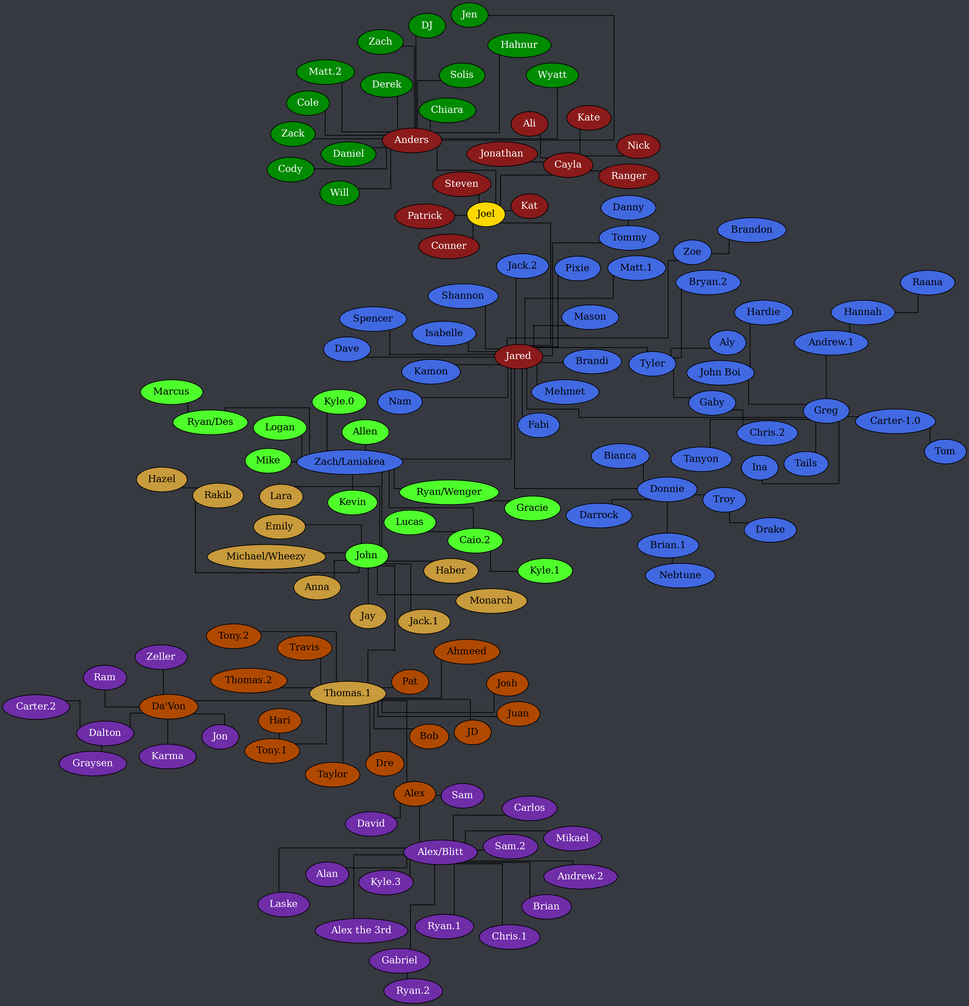
Before: tree.png, a diagram exported from Graphviz (Documidas/CoronaCatzFamilyTree). Its source is kept beside it as tree.dot.
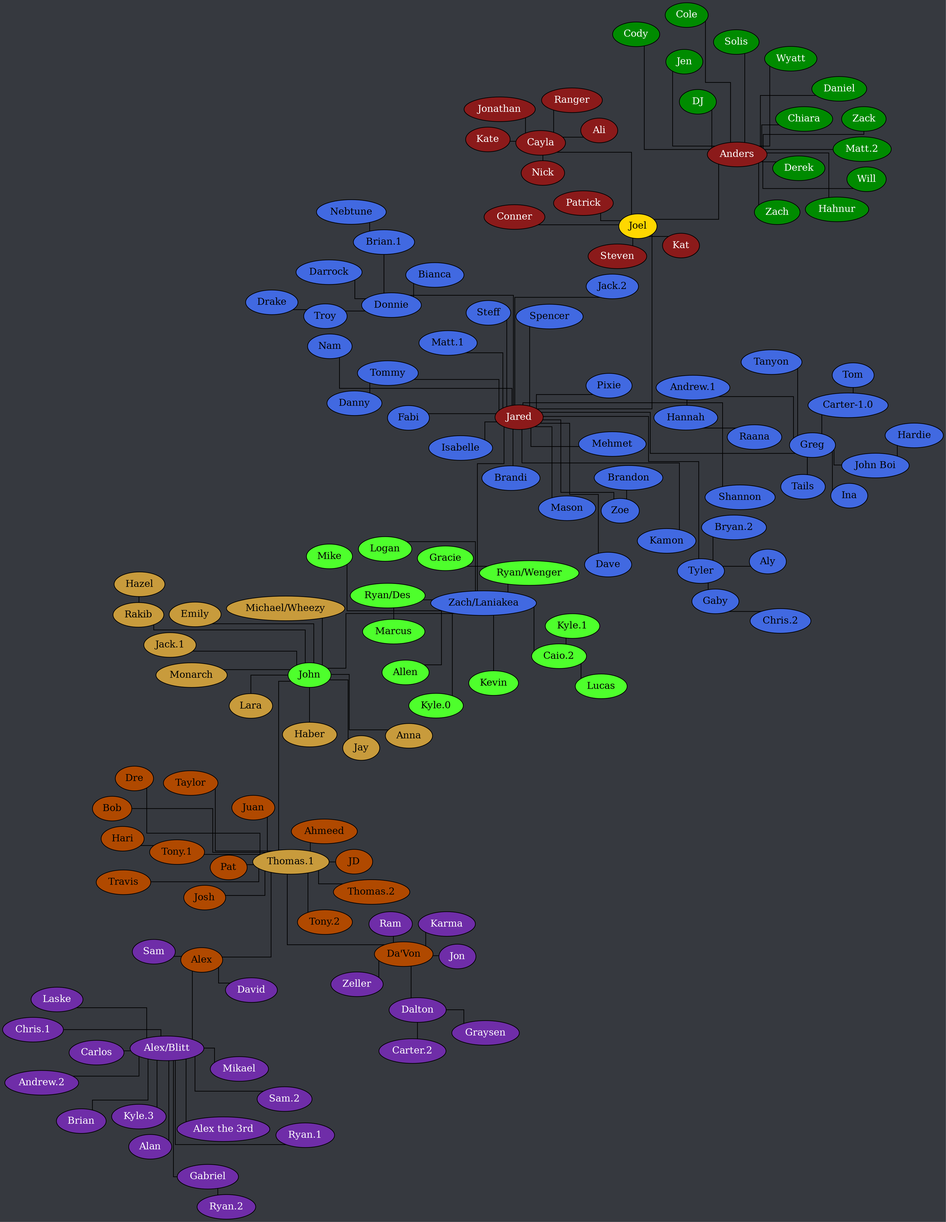
Above is the later version.

The edit, as a diff of the source:
```diff
@@ -81,6 +81,7 @@
 		Jared -- Pixie;
 		Jared -- Shannon;
 		Jared -- Spencer;
+		Jared -- Steff;
 		Jared -- Tommy;
 		Jared -- Tyler;
 		Jared -- "Zach/Laniakea";
```
